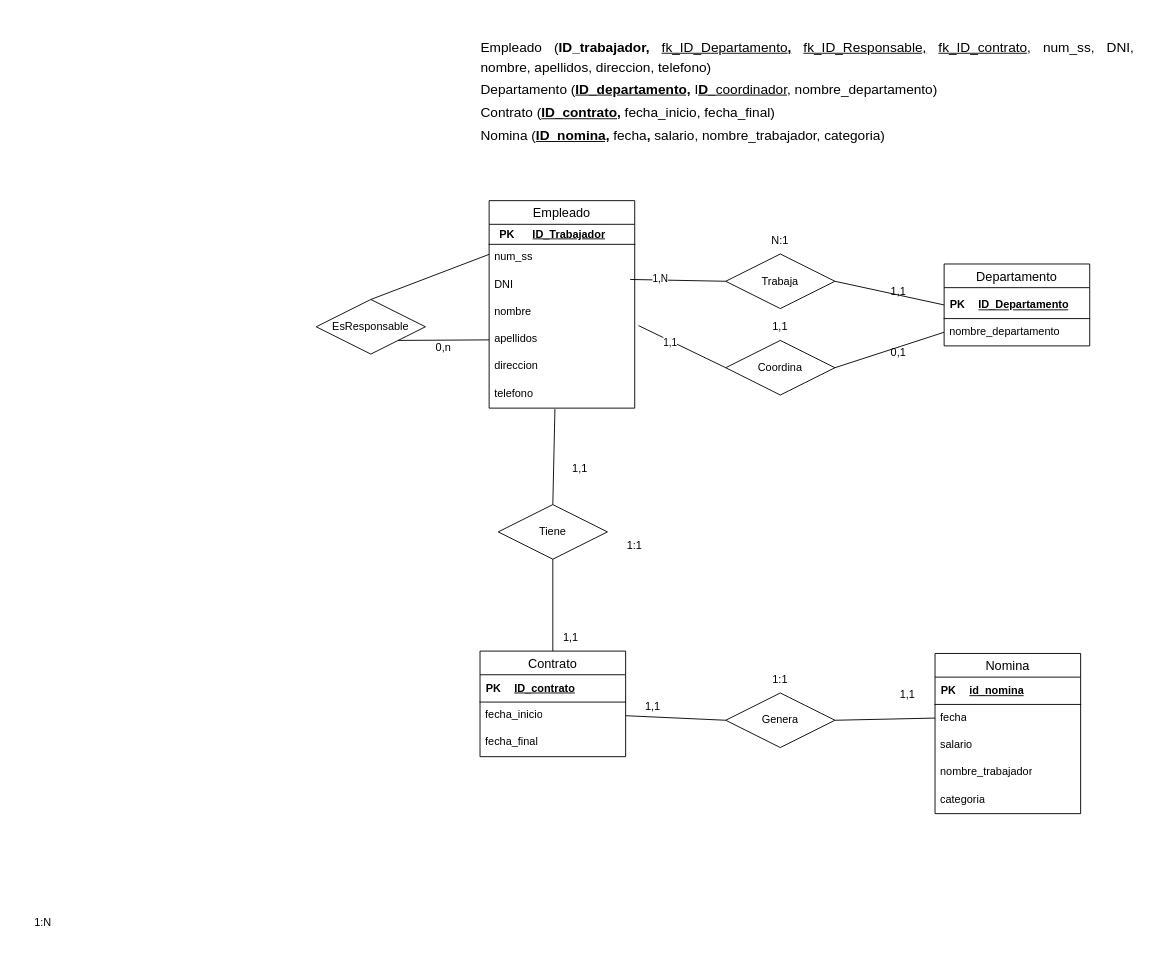
Above: Ejercicio07.drawio in Daninuro/diagrames-cvf-dn-mpl-n-11102023 (draw.io), before the change. Source tidied: cells renumbered, new cells numbered last; positions are measured from the earlier drawing's top-left corner, leaving out a move shared by most shapes. Both pictures are drawn from the tidied source at 91%, with x=0, y=0 at pixel (15, 26).
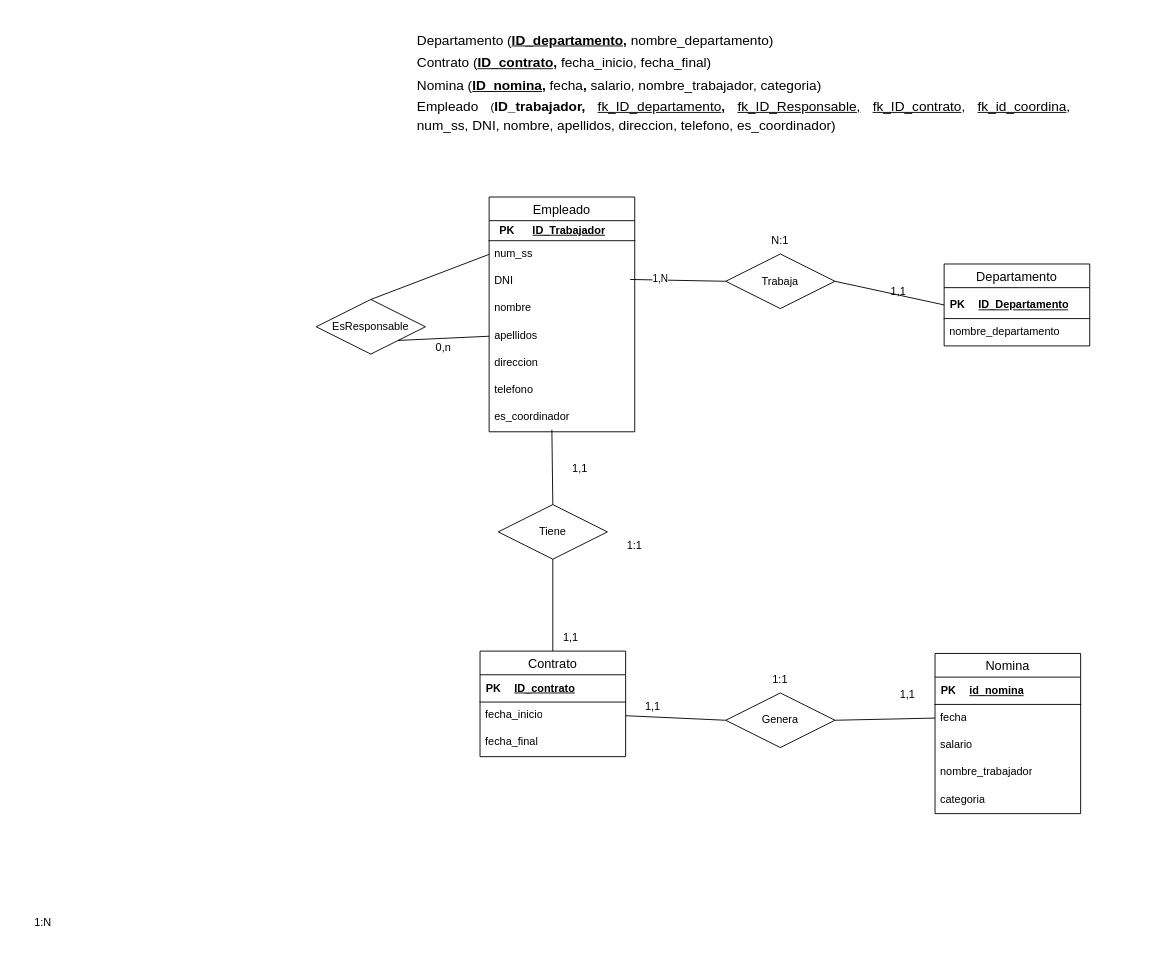
The same diagram, later.

The change refers to these unchanged cells:
```xml
<mxCell id="10" value="apellidos" style="text;strokeColor=none;fillColor=none;spacingLeft=4;spacingRight=4;overflow=hidden;points=[[0,0.5],[1,0.5]];portConstraint=eastwest;fontSize=12;whiteSpace=wrap;html=1;" parent="2" vertex="1">
  <mxGeometry y="138" width="160" height="30" as="geometry" />
</mxCell>
<mxCell id="12" value="telefono" style="text;strokeColor=none;fillColor=none;spacingLeft=4;spacingRight=4;overflow=hidden;points=[[0,0.5],[1,0.5]];portConstraint=eastwest;fontSize=12;whiteSpace=wrap;html=1;" parent="2" vertex="1">
  <mxGeometry y="198" width="160" height="30" as="geometry" />
</mxCell>
<mxCell id="25" value="nombre_departamento" style="text;strokeColor=none;fillColor=none;spacingLeft=4;spacingRight=4;overflow=hidden;points=[[0,0.5],[1,0.5]];portConstraint=eastwest;fontSize=12;whiteSpace=wrap;html=1;" parent="20" vertex="1">
  <mxGeometry y="60" width="160" height="30" as="geometry" />
</mxCell>
<mxCell id="35" value="Tiene" style="shape=rhombus;perimeter=rhombusPerimeter;whiteSpace=wrap;html=1;align=center;" parent="1" vertex="1">
  <mxGeometry x="530" y="525" width="120" height="60" as="geometry" />
</mxCell>
```

Diff of the diagram source:
```diff
@@
     <mxCell id="2" value="Empleado" style="swimlane;fontStyle=0;horizontal=1;startSize=26;align=center;fontSize=14;" parent="1" vertex="1">
-      <mxGeometry x="520" y="191" width="160" height="228" as="geometry" />
+      <mxGeometry x="520" y="187" width="160" height="258" as="geometry" />
     </mxCell>
@@
+    <mxCell id="65" value="es_coordinador" style="text;strokeColor=none;fillColor=none;spacingLeft=4;spacingRight=4;overflow=hidden;points=[[0,0.5],[1,0.5]];portConstraint=eastwest;fontSize=12;whiteSpace=wrap;html=1;" parent="2" vertex="1">
+      <mxGeometry y="228" width="160" height="30" as="geometry" />
+    </mxCell>
@@
-    <mxCell id="41" style="endArrow=none;html=1;rounded=0;entryX=0.5;entryY=0;entryDx=0;entryDy=0;exitX=0.452;exitY=1.033;exitDx=0;exitDy=0;exitPerimeter=0;" parent="1" edge="1" source="12" target="35">
+    <mxCell id="41" style="endArrow=none;html=1;rounded=0;entryX=0.5;entryY=0;entryDx=0;entryDy=0;exitX=0.431;exitY=0.927;exitDx=0;exitDy=0;exitPerimeter=0;" parent="1" edge="1" source="65" target="35">
       <mxGeometry relative="1" as="geometry" />
     </mxCell>
@@
-    <mxCell id="57" value="&lt;p style=&quot;line-height: 180%; font-size: 17px;&quot;&gt;&lt;/p&gt;&lt;div style=&quot;text-align: justify; line-height: 170%;&quot;&gt;&lt;span style=&quot;font-size: 15px; background-color: initial;&quot;&gt;Empleado (&lt;/span&gt;&lt;span style=&quot;font-size: 15px; background-color: initial;&quot;&gt;&lt;b&gt;ID_trabajador, &lt;/b&gt;&lt;u style=&quot;&quot;&gt;fk_&lt;/u&gt;&lt;/span&gt;&lt;u style=&quot;font-size: 15px; background-color: initial;&quot;&gt;ID_Departamento&lt;b&gt;,&lt;/b&gt;&lt;/u&gt;&lt;b style=&quot;font-size: 15px; background-color: initial;&quot;&gt;&amp;nbsp;&lt;/b&gt;&lt;span style=&quot;font-size: 15px; background-color: initial;&quot;&gt;&lt;u&gt;fk_&lt;/u&gt;&lt;/span&gt;&lt;u style=&quot;font-size: 15px; background-color: initial;&quot;&gt;ID_Responsable,&lt;/u&gt;&lt;span style=&quot;font-size: 15px; background-color: initial;&quot;&gt;&amp;nbsp;&lt;u&gt;fk_ID_contrato&lt;/u&gt;,&amp;nbsp;num_ss, DNI, nombre, apellidos, direccion, telefono)&lt;/span&gt;&lt;/div&gt;&lt;font style=&quot;font-size: 15px;&quot;&gt;&lt;div style=&quot;text-align: justify; line-height: 170%;&quot;&gt;&lt;span style=&quot;background-color: initial;&quot;&gt;Departamento (&lt;/span&gt;&lt;u style=&quot;background-color: initial; border-color: var(--border-color); font-weight: bold;&quot;&gt;ID_departamento,&lt;/u&gt;&lt;span style=&quot;background-color: initial;&quot;&gt;&amp;nbsp;I&lt;/span&gt;&lt;u style=&quot;background-color: initial; border-color: var(--border-color);&quot;&gt;&lt;span style=&quot;border-color: var(--border-color); font-weight: bold;&quot;&gt;D_&lt;/span&gt;coordinador&lt;/u&gt;&lt;span style=&quot;background-color: initial;&quot;&gt;, nombre_departamento)&lt;/span&gt;&lt;/div&gt;&lt;font style=&quot;font-size: 15px;&quot;&gt;&lt;div style=&quot;text-align: justify; line-height: 170%;&quot;&gt;&lt;span style=&quot;background-color: initial;&quot;&gt;Contrato (&lt;/span&gt;&lt;u style=&quot;background-color: initial; font-weight: bold;&quot;&gt;ID_contrato,&lt;/u&gt;&lt;span style=&quot;background-color: initial; font-weight: bold;&quot;&gt;&amp;nbsp;&lt;/span&gt;&lt;span style=&quot;background-color: initial;&quot;&gt;fecha_inicio, fecha_final)&lt;/span&gt;&lt;/div&gt;&lt;div style=&quot;text-align: justify; line-height: 170%;&quot;&gt;&lt;span style=&quot;background-color: initial;&quot;&gt;Nomina (&lt;/span&gt;&lt;b style=&quot;background-color: initial;&quot;&gt;&lt;u&gt;ID_nomina,&lt;/u&gt;&amp;nbsp;&lt;/b&gt;&lt;span style=&quot;background-color: initial;&quot;&gt;fecha&lt;/span&gt;&lt;b style=&quot;background-color: initial;&quot;&gt;,&amp;nbsp;&lt;/b&gt;&lt;span style=&quot;background-color: initial;&quot;&gt;salario, nombre_trabajador, categoria)&lt;/span&gt;&lt;/div&gt;&lt;/font&gt;&lt;/font&gt;&lt;p&gt;&lt;/p&gt;" style="text;html=1;strokeColor=none;fillColor=none;align=center;verticalAlign=middle;whiteSpace=wrap;rounded=0;" parent="1" vertex="1">
-      <mxGeometry x="510" width="720" height="140.4" as="geometry" />
+    <mxCell id="57" value="&lt;p style=&quot;line-height: 180%; font-size: 17px;&quot;&gt;&lt;/p&gt;&lt;div style=&quot;text-align: justify; line-height: 170%;&quot;&gt;&lt;span style=&quot;font-size: 15px; background-color: initial;&quot;&gt;Departamento (&lt;/span&gt;&lt;u style=&quot;font-size: 15px; background-color: initial; border-color: var(--border-color); font-weight: bold;&quot;&gt;ID_departamento,&lt;/u&gt;&lt;span style=&quot;font-size: 15px; background-color: initial;&quot;&gt;&amp;nbsp;nombre_departamento)&lt;/span&gt;&lt;br&gt;&lt;/div&gt;&lt;font style=&quot;&quot;&gt;&lt;font style=&quot;&quot;&gt;&lt;div style=&quot;font-size: 15px; text-align: justify; line-height: 170%;&quot;&gt;&lt;span style=&quot;background-color: initial;&quot;&gt;Contrato (&lt;/span&gt;&lt;u style=&quot;background-color: initial; font-weight: bold;&quot;&gt;ID_contrato,&lt;/u&gt;&lt;span style=&quot;background-color: initial; font-weight: bold;&quot;&gt;&amp;nbsp;&lt;/span&gt;&lt;span style=&quot;background-color: initial;&quot;&gt;fecha_inicio, fecha_final)&lt;/span&gt;&lt;/div&gt;&lt;div style=&quot;font-size: 15px; text-align: justify; line-height: 170%;&quot;&gt;&lt;span style=&quot;background-color: initial;&quot;&gt;Nomina (&lt;/span&gt;&lt;b style=&quot;background-color: initial;&quot;&gt;&lt;u&gt;ID_nomina,&lt;/u&gt;&amp;nbsp;&lt;/b&gt;&lt;span style=&quot;background-color: initial;&quot;&gt;fecha&lt;/span&gt;&lt;b style=&quot;background-color: initial;&quot;&gt;,&amp;nbsp;&lt;/b&gt;&lt;span style=&quot;background-color: initial;&quot;&gt;salario, nombre_trabajador, categoria)&lt;/span&gt;&lt;/div&gt;&lt;div style=&quot;text-align: justify; line-height: 170%;&quot;&gt;&lt;div style=&quot;border-color: var(--border-color); line-height: 20.4px;&quot;&gt;&lt;font style=&quot;font-size: 15px;&quot;&gt;Empleado &lt;/font&gt;&lt;span style=&quot;font-size: 12px;&quot;&gt;(&lt;span style=&quot;border-color: var(--border-color); font-size: 15px; background-color: initial;&quot;&gt;&lt;b style=&quot;border-color: var(--border-color);&quot;&gt;ID_trabajador,&amp;nbsp;&lt;/b&gt;&lt;u style=&quot;border-color: var(--border-color);&quot;&gt;fk_&lt;/u&gt;&lt;/span&gt;&lt;u style=&quot;border-color: var(--border-color); font-size: 15px; background-color: initial;&quot;&gt;ID_departamento&lt;b style=&quot;border-color: var(--border-color);&quot;&gt;,&lt;/b&gt;&lt;/u&gt;&lt;b style=&quot;border-color: var(--border-color); font-size: 15px; background-color: initial;&quot;&gt;&amp;nbsp;&lt;/b&gt;&lt;span style=&quot;border-color: var(--border-color); font-size: 15px; background-color: initial;&quot;&gt;&lt;u style=&quot;border-color: var(--border-color);&quot;&gt;fk_&lt;/u&gt;&lt;/span&gt;&lt;u style=&quot;border-color: var(--border-color); font-size: 15px; background-color: initial;&quot;&gt;ID_Responsable,&lt;/u&gt;&lt;span style=&quot;border-color: var(--border-color); font-size: 15px; background-color: initial;&quot;&gt;&amp;nbsp;&lt;u style=&quot;border-color: var(--border-color);&quot;&gt;fk_ID_contrato&lt;/u&gt;, &lt;u&gt;fk_id_coordina&lt;/u&gt;, num_ss, DNI, nombre, apellidos, direccion, telefono, es_coordinador)&lt;/span&gt;&lt;/span&gt;&lt;/div&gt;&lt;div style=&quot;font-size: 15px;&quot;&gt;&lt;span style=&quot;border-color: var(--border-color); font-size: 15px; background-color: initial;&quot;&gt;&lt;br&gt;&lt;/span&gt;&lt;/div&gt;&lt;span style=&quot;font-size: 15px; border-color: var(--border-color);&quot;&gt;&lt;font style=&quot;border-color: var(--border-color); text-align: center;&quot;&gt;&lt;/font&gt;&lt;/span&gt;&lt;/div&gt;&lt;/font&gt;&lt;/font&gt;&lt;p&gt;&lt;/p&gt;" style="text;html=1;strokeColor=none;fillColor=none;align=center;verticalAlign=middle;whiteSpace=wrap;rounded=0;" parent="1" vertex="1">
+      <mxGeometry x="440" width="720" height="140.4" as="geometry" />
     </mxCell>
@@
-    <mxCell id="59" value="Coordina" style="shape=rhombus;perimeter=rhombusPerimeter;whiteSpace=wrap;html=1;align=center;" parent="1" vertex="1">
-      <mxGeometry x="780" y="344.6" width="120" height="60" as="geometry" />
-    </mxCell>
-    <mxCell id="60" style="endArrow=none;html=1;rounded=0;exitX=1;exitY=0.5;exitDx=0;exitDy=0;entryX=0;entryY=0.5;entryDx=0;entryDy=0;" parent="1" edge="1" source="59" target="25">
-      <mxGeometry relative="1" as="geometry" />
-    </mxCell>
-    <mxCell id="61" style="endArrow=none;html=1;rounded=0;entryX=0;entryY=0.5;entryDx=0;entryDy=0;exitX=1.026;exitY=-0.024;exitDx=0;exitDy=0;exitPerimeter=0;" parent="1" edge="1" source="10" target="59">
-      <mxGeometry relative="1" as="geometry" />
-    </mxCell>
-    <mxCell id="62" value="1,1" style="edgeLabel;html=1;align=center;verticalAlign=middle;" parent="61" vertex="1">
-      <mxGeometry x="-0.27" y="-1" relative="1" as="geometry" />
-    </mxCell>
-    <mxCell id="63" value="1,1" style="text;html=1;strokeColor=none;fillColor=none;align=center;verticalAlign=middle;whiteSpace=wrap;rounded=0;" parent="1" vertex="1">
-      <mxGeometry x="810" y="314.6" width="60" height="30" as="geometry" />
-    </mxCell>
-    <mxCell id="64" value="0,1" style="text;html=1;strokeColor=none;fillColor=none;align=center;verticalAlign=middle;whiteSpace=wrap;rounded=0;" parent="1" vertex="1">
-      <mxGeometry x="940" y="344.6" width="60" height="27" as="geometry" />
-    </mxCell>
```
